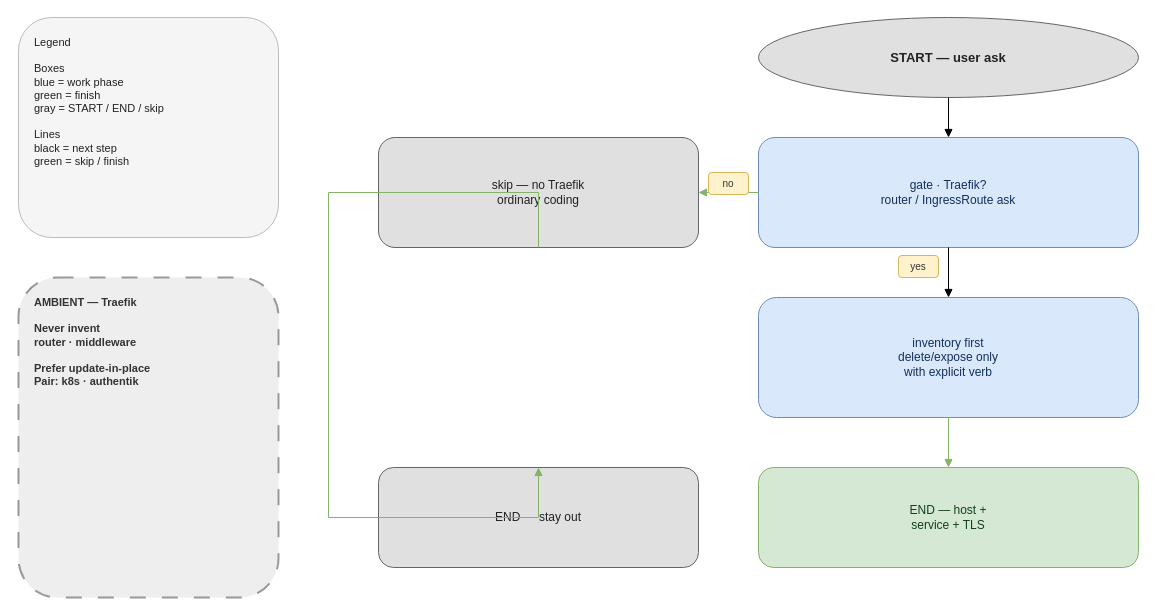
Before: plugins/traefik/docs/traefik-workflow.drawio in nodadyoushutup/marketplace, a draw.io diagram. Source tidied: cells renumbered, new cells numbered last; positions are measured from the earlier drawing's top-left corner, leaving out a move shared by most shapes. Both pictures are drawn from the tidied source at 100%, with x=0, y=0 at pixel (18, 17).
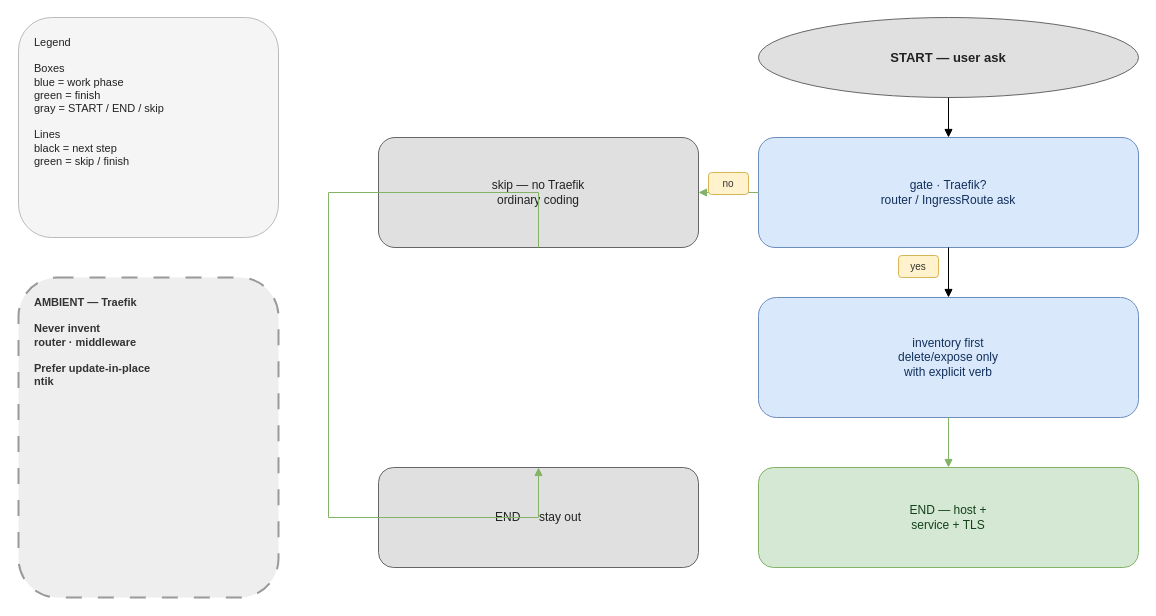
The same page after the edit.

What changed in the source:
```diff
@@
 <mxGraphModel>
   <root>
     <mxCell id="0" />
     <mxCell id="1" parent="0" />
     <mxCell id="2" value="Legend&#10;&#10;Boxes&#10;blue = work phase&#10;green = finish&#10;gray = START / END / skip&#10;&#10;Lines&#10;black = next step&#10;green = skip / finish" style="rounded=1;whiteSpace=wrap;html=1;align=left;verticalAlign=top;spacingLeft=14;spacingRight=14;spacingTop=12;spacingBottom=12;fontSize=11;fillColor=#f5f5f5;strokeColor=#bbbbbb;fontColor=#222222;" parent="1" vertex="1">
       <mxGeometry width="260" height="220" as="geometry" />
     </mxCell>
-    <mxCell id="3" value="AMBIENT — Traefik&#10;&#10;Never invent&#10;router · middleware&#10;&#10;Prefer update-in-place&#10;Pair: k8s · authentik" style="rounded=1;whiteSpace=wrap;html=1;dashed=1;dashPattern=8 8;align=left;verticalAlign=top;spacingLeft=14;spacingRight=14;spacingTop=12;spacingBottom=12;fontSize=11;fontStyle=1;fillColor=#eeeeee;strokeColor=#999999;strokeWidth=2;fontColor=#333333;" parent="1" vertex="1">
+    <mxCell id="3" value="AMBIENT — Traefik&#10;&#10;Never invent&#10;router · middleware&#10;&#10;Prefer update-in-place&#10;ntik" style="rounded=1;whiteSpace=wrap;html=1;dashed=1;dashPattern=8 8;align=left;verticalAlign=top;spacingLeft=14;spacingRight=14;spacingTop=12;spacingBottom=12;fontSize=11;fontStyle=1;fillColor=#eeeeee;strokeColor=#999999;strokeWidth=2;fontColor=#333333;" parent="1" vertex="1">
       <mxGeometry y="260" width="260" height="320" as="geometry" />
     </mxCell>
     <mxCell id="4" value="START — user ask" style="ellipse;whiteSpace=wrap;html=1;align=center;verticalAlign=middle;fontSize=13;fontStyle=1;fillColor=#e0e0e0;strokeColor=#666666;fontColor=#222222;" parent="1" vertex="1">
       <mxGeometry x="740" width="380" height="80" as="geometry" />
     </mxCell>
     <mxCell id="5" value="gate · Traefik?&#10;router / IngressRoute ask" style="rounded=1;whiteSpace=wrap;html=1;align=center;verticalAlign=middle;spacingLeft=12;spacingRight=12;fontSize=12;fillColor=#dae8fc;strokeColor=#6c8ebf;fontColor=#12305B;" parent="1" vertex="1">
       <mxGeometry x="740" y="120" width="380" height="110" as="geometry" />
     </mxCell>
     <mxCell id="6" value="skip — no Traefik&#10;ordinary coding" style="rounded=1;whiteSpace=wrap;html=1;align=center;verticalAlign=middle;spacingLeft=12;spacingRight=12;fontSize=12;fillColor=#e0e0e0;strokeColor=#666666;fontColor=#222222;" parent="1" vertex="1">
       <mxGeometry x="360" y="120" width="320" height="110" as="geometry" />
     </mxCell>
     <mxCell id="7" value="inventory first&#10;delete/expose only&#10;with explicit verb" style="rounded=1;whiteSpace=wrap;html=1;align=center;verticalAlign=middle;spacingLeft=12;spacingRight=12;fontSize=12;fillColor=#dae8fc;strokeColor=#6c8ebf;fontColor=#12305B;" parent="1" vertex="1">
       <mxGeometry x="740" y="280" width="380" height="120" as="geometry" />
     </mxCell>
     <mxCell id="8" value="END — host +&#10;service + TLS" style="rounded=1;whiteSpace=wrap;html=1;align=center;verticalAlign=middle;spacingLeft=12;spacingRight=12;fontSize=12;fillColor=#d5e8d4;strokeColor=#82b366;fontColor=#12401A;" parent="1" vertex="1">
       <mxGeometry x="740" y="450" width="380" height="100" as="geometry" />
     </mxCell>
     <mxCell id="9" value="END — stay out" style="rounded=1;whiteSpace=wrap;html=1;align=center;verticalAlign=middle;spacingLeft=12;spacingRight=12;fontSize=12;fillColor=#e0e0e0;strokeColor=#666666;fontColor=#222222;" parent="1" vertex="1">
       <mxGeometry x="360" y="450" width="320" height="100" as="geometry" />
     </mxCell>
     <mxCell id="10" style="edgeStyle=orthogonalEdgeStyle;rounded=0;html=1;endArrow=block;jumpStyle=arc;jumpSize=10;exitX=0.5;exitY=1;entryX=0.5;entryY=0;" parent="1" edge="1" source="4" target="5">
       <mxGeometry relative="1" as="geometry" />
     </mxCell>
     <mxCell id="11" style="edgeStyle=orthogonalEdgeStyle;rounded=0;html=1;endArrow=block;jumpStyle=arc;jumpSize=10;strokeColor=#82b366;exitX=0;exitY=0.5;entryX=1;entryY=0.5;" parent="1" edge="1" source="5" target="6">
       <mxGeometry relative="1" as="geometry" />
     </mxCell>
     <mxCell id="12" value="no" style="rounded=1;whiteSpace=wrap;html=1;align=center;verticalAlign=middle;fontSize=10;fillColor=#fff2cc;strokeColor=#d6b656;fontColor=#333333;" parent="1" vertex="1">
       <mxGeometry x="690" y="155" width="40" height="22" as="geometry" />
     </mxCell>
     <mxCell id="13" style="edgeStyle=orthogonalEdgeStyle;rounded=0;html=1;endArrow=block;jumpStyle=arc;jumpSize=10;exitX=0.5;exitY=1;entryX=0.5;entryY=0;" parent="1" edge="1" source="5" target="7">
       <mxGeometry relative="1" as="geometry" />
     </mxCell>
     <mxCell id="14" value="yes" style="rounded=1;whiteSpace=wrap;html=1;align=center;verticalAlign=middle;fontSize=10;fillColor=#fff2cc;strokeColor=#d6b656;fontColor=#333333;" parent="1" vertex="1">
       <mxGeometry x="880" y="238" width="40" height="22" as="geometry" />
     </mxCell>
     <mxCell id="15" style="edgeStyle=orthogonalEdgeStyle;rounded=0;html=1;endArrow=block;jumpStyle=arc;jumpSize=10;strokeColor=#82b366;exitX=0.5;exitY=1;entryX=0.5;entryY=0;" parent="1" edge="1" source="7" target="8">
       <mxGeometry relative="1" as="geometry" />
     </mxCell>
     <mxCell id="16" style="edgeStyle=orthogonalEdgeStyle;rounded=0;html=1;endArrow=block;jumpStyle=arc;jumpSize=10;strokeColor=#82b366;exitX=0.5;exitY=1;entryX=0.5;entryY=0;" parent="1" edge="1" source="6" target="9">
       <mxGeometry relative="1" as="geometry">
         <Array as="points">
           <mxPoint x="310" y="175" />
           <mxPoint x="310" y="500" />
         </Array>
       </mxGeometry>
     </mxCell>
   </root>
 </mxGraphModel>
```
